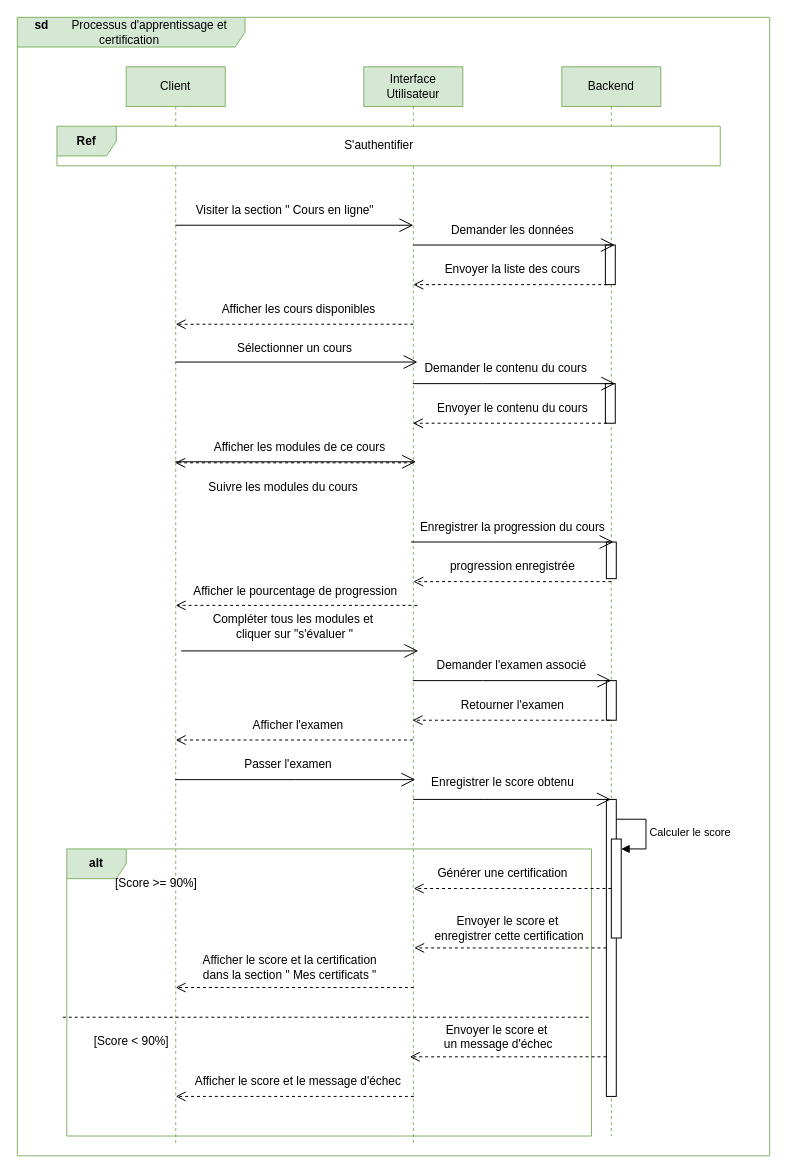
The draw.io diagram Diagramme de séquence obtenir un certifcat.drawio in oussema1-hub/Rapport-Conception, before the edit. Source tidied: cells renumbered, new cells numbered last; positions are measured from the earlier drawing's top-left corner, leaving out a move shared by most shapes. Both pictures are drawn from the tidied source at 99%, with x=0, y=0 at pixel (17, 17).
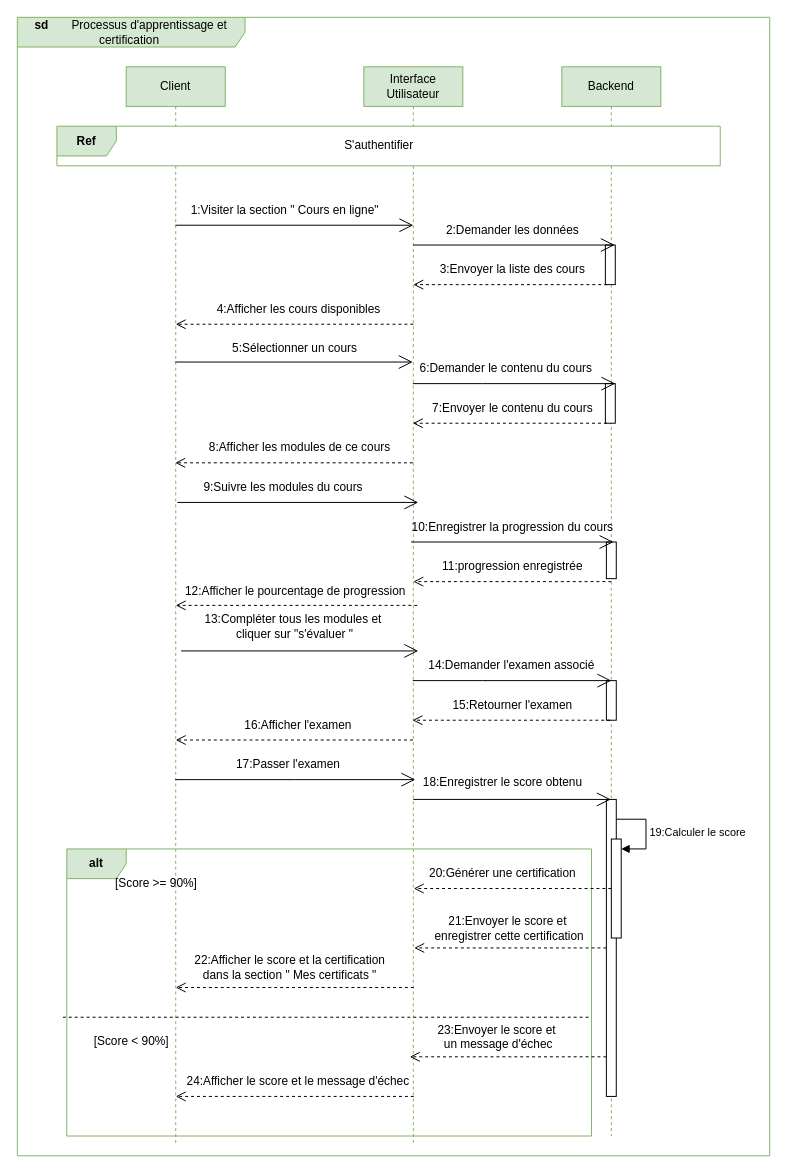
After the change.

The change refers to these unchanged cells:
```xml
<mxCell id="2" value="Client" style="shape=umlLifeline;perimeter=lifelinePerimeter;whiteSpace=wrap;html=1;outlineConnect=0;portConstraint=eastwest;newEdgeStyle={&quot;curved&quot;:0,&quot;rounded&quot;:0};fillColor=#d5e8d4;strokeColor=#82b366;" parent="1" vertex="1">
  <mxGeometry x="110" y="50" width="100" height="1090" as="geometry" />
</mxCell>
<mxCell id="3" value="Interface Utilisateur" style="shape=umlLifeline;perimeter=lifelinePerimeter;whiteSpace=wrap;html=1;outlineConnect=0;portConstraint=eastwest;newEdgeStyle={&quot;curved&quot;:0,&quot;rounded&quot;:0};fillColor=#d5e8d4;strokeColor=#82b366;" parent="1" vertex="1">
  <mxGeometry x="350" y="50" width="100" height="1090" as="geometry" />
</mxCell>
<mxCell id="4" value="Backend" style="shape=umlLifeline;perimeter=lifelinePerimeter;whiteSpace=wrap;html=1;outlineConnect=0;portConstraint=eastwest;newEdgeStyle={&quot;curved&quot;:0,&quot;rounded&quot;:0};fillColor=#d5e8d4;strokeColor=#82b366;" parent="1" vertex="1">
  <mxGeometry x="550" y="50" width="100" height="1080" as="geometry" />
</mxCell>
<mxCell id="9" style="html=1;points=[[0,0,0,0,5],[0,1,0,0,-5],[1,0,0,0,5],[1,1,0,0,-5]];perimeter=orthogonalPerimeter;outlineConnect=0;targetShapes=umlLifeline;portConstraint=eastwest;newEdgeStyle={&quot;curved&quot;:0,&quot;rounded&quot;:0};" parent="4" vertex="1">
  <mxGeometry x="50" y="780" width="10" height="100" as="geometry" />
</mxCell>
```

What changed in the source:
```diff
@@
-    <mxCell id="10" value="Calculer le score" style="html=1;align=left;spacingLeft=2;endArrow=block;rounded=0;edgeStyle=orthogonalEdgeStyle;curved=0;rounded=0;" parent="4" edge="1" target="9">
+    <mxCell id="10" value="19:Calculer le score" style="html=1;align=left;spacingLeft=2;endArrow=block;rounded=0;edgeStyle=orthogonalEdgeStyle;curved=0;rounded=0;" parent="4" edge="1" target="9">
       <mxGeometry relative="1" as="geometry">
         <mxPoint x="55" y="760" as="sourcePoint" />
         <Array as="points">
           <mxPoint x="85" y="790" />
         </Array>
       </mxGeometry>
     </mxCell>
@@
-    <mxCell id="16" value="Afficher les cours disponibles" style="text;html=1;align=center;verticalAlign=middle;strokeColor=none;fillColor=none;" parent="1" vertex="1">
-      <mxGeometry x="194" y="280" width="180" height="30" as="geometry" />
+    <mxCell id="16" value="4:Afficher les cours disponibles" style="text;html=1;align=center;verticalAlign=middle;strokeColor=none;fillColor=none;" parent="1" vertex="1">
+      <mxGeometry x="189" y="280" width="190" height="30" as="geometry" />
     </mxCell>
@@
-    <mxCell id="18" value="Demander les données" style="text;html=1;align=center;verticalAlign=middle;strokeColor=none;fillColor=none;" parent="1" vertex="1">
-      <mxGeometry x="425" y="200" width="150" height="30" as="geometry" />
+    <mxCell id="18" value="2:Demander les données" style="text;html=1;align=center;verticalAlign=middle;strokeColor=none;fillColor=none;" parent="1" vertex="1">
+      <mxGeometry x="420" y="200" width="160" height="30" as="geometry" />
     </mxCell>
@@
-    <mxCell id="20" value="Envoyer la liste des cours" style="text;html=1;align=center;verticalAlign=middle;strokeColor=none;fillColor=none;" parent="1" vertex="1">
-      <mxGeometry x="420" y="240" width="160" height="30" as="geometry" />
+    <mxCell id="20" value="3:Envoyer la liste des cours" style="text;html=1;align=center;verticalAlign=middle;strokeColor=none;fillColor=none;" parent="1" vertex="1">
+      <mxGeometry x="415" y="240" width="170" height="30" as="geometry" />
     </mxCell>
@@
-    <mxCell id="22" value="Sélectionner un cours" style="text;html=1;align=center;verticalAlign=middle;strokeColor=none;fillColor=none;" parent="1" vertex="1">
-      <mxGeometry x="210" y="320" width="140" height="30" as="geometry" />
+    <mxCell id="22" value="5:Sélectionner un cours" style="text;html=1;align=center;verticalAlign=middle;strokeColor=none;fillColor=none;" parent="1" vertex="1">
+      <mxGeometry x="205" y="320" width="150" height="30" as="geometry" />
     </mxCell>
-    <mxCell id="23" value="Visiter la section &quot; Cours en ligne&quot;" style="text;html=1;align=center;verticalAlign=middle;strokeColor=none;fillColor=none;" parent="1" vertex="1">
-      <mxGeometry x="170.2" y="180" width="200" height="30" as="geometry" />
+    <mxCell id="23" value="1:Visiter la section &quot; Cours en ligne&quot;" style="text;html=1;align=center;verticalAlign=middle;strokeColor=none;fillColor=none;" parent="1" vertex="1">
+      <mxGeometry x="165.2" y="180" width="210" height="30" as="geometry" />
     </mxCell>
@@
-    <mxCell id="26" value="Envoyer le contenu du cours" style="text;html=1;align=center;verticalAlign=middle;strokeColor=none;fillColor=none;" parent="1" vertex="1">
-      <mxGeometry x="410" y="380" width="180" height="30" as="geometry" />
+    <mxCell id="26" value="7:Envoyer le contenu du cours" style="text;html=1;align=center;verticalAlign=middle;strokeColor=none;fillColor=none;" parent="1" vertex="1">
+      <mxGeometry x="405" y="380" width="190" height="30" as="geometry" />
     </mxCell>
-    <mxCell id="27" value="Demander le contenu du cours&amp;nbsp;" style="text;html=1;align=center;verticalAlign=middle;points=[];strokeColor=none;fillColor=none;" parent="1" vertex="1">
-      <mxGeometry x="400" y="340" width="190" height="30" as="geometry" />
+    <mxCell id="27" value="6:Demander le contenu du cours&amp;nbsp;" style="text;html=1;align=center;verticalAlign=middle;points=[];strokeColor=none;fillColor=none;" parent="1" vertex="1">
+      <mxGeometry x="395" y="340" width="200" height="30" as="geometry" />
     </mxCell>
@@
-    <mxCell id="29" value="Afficher les modules de ce cours" style="text;html=1;align=center;verticalAlign=middle;strokeColor=none;fillColor=none;" parent="1" vertex="1">
-      <mxGeometry x="185" y="420" width="200" height="30" as="geometry" />
+    <mxCell id="29" value="8:Afficher les modules de ce cours" style="text;html=1;align=center;verticalAlign=middle;strokeColor=none;fillColor=none;" parent="1" vertex="1">
+      <mxGeometry x="180" y="420" width="210" height="30" as="geometry" />
     </mxCell>
-    <mxCell id="30" style="endArrow=open;endFill=1;endSize=12;html=1;rounded=0;entryX=0.528;entryY=0.366;entryDx=0;entryDy=0;entryPerimeter=0;" parent="1" edge="1" source="2" target="3">
-      <mxGeometry relative="1" as="geometry" />
+    <mxCell id="30" style="endArrow=open;endFill=1;endSize=12;html=1;rounded=0;entryX=0.528;entryY=0.366;entryDx=0;entryDy=0;entryPerimeter=0;" parent="1" edge="1">
+      <mxGeometry relative="1" as="geometry">
+        <mxPoint x="161.7" y="490" as="sourcePoint" />
+        <mxPoint x="405" y="490" as="targetPoint" />
+      </mxGeometry>
     </mxCell>
-    <mxCell id="31" value="Suivre les modules du cours&amp;nbsp;" style="text;html=1;align=center;verticalAlign=middle;strokeColor=none;fillColor=none;" parent="1" vertex="1">
-      <mxGeometry x="180.2" y="460" width="180" height="30" as="geometry" />
+    <mxCell id="31" value="9:Suivre les modules du cours&amp;nbsp;" style="text;html=1;align=center;verticalAlign=middle;strokeColor=none;fillColor=none;" parent="1" vertex="1">
+      <mxGeometry x="175.2" y="460" width="190" height="30" as="geometry" />
     </mxCell>
@@
-    <mxCell id="34" value="progression enregistrée" style="text;html=1;align=center;verticalAlign=middle;strokeColor=none;fillColor=none;" parent="1" vertex="1">
-      <mxGeometry x="425" y="540" width="150" height="30" as="geometry" />
+    <mxCell id="34" value="11:progression enregistrée" style="text;html=1;align=center;verticalAlign=middle;strokeColor=none;fillColor=none;" parent="1" vertex="1">
+      <mxGeometry x="415" y="540" width="170" height="30" as="geometry" />
     </mxCell>
-    <mxCell id="35" value="Enregistrer la progression du cours" style="text;html=1;align=center;verticalAlign=middle;strokeColor=none;fillColor=none;" parent="1" vertex="1">
-      <mxGeometry x="395" y="500" width="210" height="30" as="geometry" />
+    <mxCell id="35" value="10:Enregistrer la progression du cours" style="text;html=1;align=center;verticalAlign=middle;strokeColor=none;fillColor=none;" parent="1" vertex="1">
+      <mxGeometry x="385" y="500" width="230" height="30" as="geometry" />
     </mxCell>
@@
-    <mxCell id="37" value="Afficher le pourcentage de progression&amp;nbsp;&amp;nbsp;" style="text;html=1;align=center;verticalAlign=middle;strokeColor=none;fillColor=none;" parent="1" vertex="1">
-      <mxGeometry x="164" y="565" width="240" height="30" as="geometry" />
+    <mxCell id="37" value="12:Afficher le pourcentage de progression&amp;nbsp;&amp;nbsp;" style="text;html=1;align=center;verticalAlign=middle;strokeColor=none;fillColor=none;" parent="1" vertex="1">
+      <mxGeometry x="159" y="565" width="250" height="30" as="geometry" />
     </mxCell>
@@
-    <mxCell id="39" value="Compléter tous les modules et&amp;nbsp;&lt;div&gt;cliquer sur &quot;s'évaluer &quot;&lt;/div&gt;" style="text;html=1;align=center;verticalAlign=middle;strokeColor=none;fillColor=none;" parent="1" vertex="1">
-      <mxGeometry x="185" y="595" width="190" height="40" as="geometry" />
+    <mxCell id="39" value="13:Compléter tous les modules et&amp;nbsp;&lt;div&gt;cliquer sur &quot;s'évaluer &quot;&lt;/div&gt;" style="text;html=1;align=center;verticalAlign=middle;strokeColor=none;fillColor=none;" parent="1" vertex="1">
+      <mxGeometry x="175" y="595" width="210" height="40" as="geometry" />
     </mxCell>
@@
-    <mxCell id="42" value="Retourner l'examen" style="text;html=1;align=center;verticalAlign=middle;strokeColor=none;fillColor=none;" parent="1" vertex="1">
-      <mxGeometry x="435" y="680" width="130" height="30" as="geometry" />
+    <mxCell id="42" value="15:Retourner l'examen" style="text;html=1;align=center;verticalAlign=middle;strokeColor=none;fillColor=none;" parent="1" vertex="1">
+      <mxGeometry x="430" y="680" width="140" height="30" as="geometry" />
     </mxCell>
-    <mxCell id="43" value="Demander l'examen associé" style="text;html=1;align=center;verticalAlign=middle;strokeColor=none;fillColor=none;" parent="1" vertex="1">
-      <mxGeometry x="414" y="640" width="170" height="30" as="geometry" />
+    <mxCell id="43" value="14:Demander l'examen associé" style="text;html=1;align=center;verticalAlign=middle;strokeColor=none;fillColor=none;" parent="1" vertex="1">
+      <mxGeometry x="404" y="640" width="190" height="30" as="geometry" />
     </mxCell>
@@
-    <mxCell id="45" value="Afficher l'examen&amp;nbsp;" style="text;html=1;align=center;verticalAlign=middle;strokeColor=none;fillColor=none;" parent="1" vertex="1">
-      <mxGeometry x="225" y="700" width="120" height="30" as="geometry" />
+    <mxCell id="45" value="16:Afficher l'examen&amp;nbsp;" style="text;html=1;align=center;verticalAlign=middle;strokeColor=none;fillColor=none;" parent="1" vertex="1">
+      <mxGeometry x="220" y="700" width="130" height="30" as="geometry" />
     </mxCell>
@@
-    <mxCell id="47" value="Passer l'examen&amp;nbsp;" style="text;html=1;align=center;verticalAlign=middle;strokeColor=none;fillColor=none;" parent="1" vertex="1">
-      <mxGeometry x="215.2" y="740" width="120" height="30" as="geometry" />
+    <mxCell id="47" value="17:Passer l'examen&amp;nbsp;" style="text;html=1;align=center;verticalAlign=middle;strokeColor=none;fillColor=none;" parent="1" vertex="1">
+      <mxGeometry x="210.2" y="740" width="130" height="30" as="geometry" />
     </mxCell>
@@
-    <mxCell id="49" value="Enregistrer le score obtenu" style="text;html=1;align=center;verticalAlign=middle;strokeColor=none;fillColor=none;" parent="1" vertex="1">
-      <mxGeometry x="405" y="758" width="170" height="30" as="geometry" />
+    <mxCell id="49" value="18:Enregistrer le score obtenu" style="text;html=1;align=center;verticalAlign=middle;strokeColor=none;fillColor=none;" parent="1" vertex="1">
+      <mxGeometry x="400" y="758" width="180" height="30" as="geometry" />
     </mxCell>
@@
-    <mxCell id="53" value="Envoyer le score et&lt;div&gt;&amp;nbsp;enregistrer cette certification&lt;/div&gt;" style="text;html=1;align=center;verticalAlign=middle;strokeColor=none;fillColor=none;" parent="1" vertex="1">
+    <mxCell id="53" value="21:Envoyer le score et&lt;div&gt;&amp;nbsp;enregistrer cette certification&lt;/div&gt;" style="text;html=1;align=center;verticalAlign=middle;strokeColor=none;fillColor=none;" parent="1" vertex="1">
       <mxGeometry x="405" y="900" width="180" height="40" as="geometry" />
     </mxCell>
@@
-    <mxCell id="55" value="Afficher le score et la certification&lt;div&gt;&amp;nbsp;dans la section &quot; Mes certificats &quot;&amp;nbsp;&lt;/div&gt;" style="text;html=1;align=center;verticalAlign=middle;strokeColor=none;fillColor=none;" parent="1" vertex="1">
-      <mxGeometry x="170.2" y="940" width="210" height="40" as="geometry" />
+    <mxCell id="55" value="22:Afficher le score et la certification&lt;div&gt;&amp;nbsp;dans la section &quot; Mes certificats &quot;&amp;nbsp;&lt;/div&gt;" style="text;html=1;align=center;verticalAlign=middle;strokeColor=none;fillColor=none;" parent="1" vertex="1">
+      <mxGeometry x="165.2" y="940" width="220" height="40" as="geometry" />
     </mxCell>
@@
-    <mxCell id="59" value="Envoyer le score et&lt;div&gt;&amp;nbsp;un message d'échec&lt;/div&gt;" style="text;html=1;align=center;verticalAlign=middle;strokeColor=none;fillColor=none;" parent="1" vertex="1">
+    <mxCell id="59" value="23:Envoyer le score et&lt;div&gt;&amp;nbsp;un message d'échec&lt;/div&gt;" style="text;html=1;align=center;verticalAlign=middle;strokeColor=none;fillColor=none;" parent="1" vertex="1">
       <mxGeometry x="414" y="1010" width="140" height="40" as="geometry" />
     </mxCell>
@@
-    <mxCell id="61" value="Afficher le score et le message d'échec&amp;nbsp;" style="text;html=1;align=center;verticalAlign=middle;strokeColor=none;fillColor=none;" parent="1" vertex="1">
-      <mxGeometry x="165" y="1060" width="240" height="30" as="geometry" />
+    <mxCell id="61" value="24:Afficher le score et le message d'échec&amp;nbsp;" style="text;html=1;align=center;verticalAlign=middle;strokeColor=none;fillColor=none;" parent="1" vertex="1">
+      <mxGeometry x="160" y="1060" width="250" height="30" as="geometry" />
     </mxCell>
@@
-    <mxCell id="64" value="Générer une certification" style="text;html=1;align=center;verticalAlign=middle;strokeColor=none;fillColor=none;" parent="1" vertex="1">
-      <mxGeometry x="415" y="850" width="150" height="30" as="geometry" />
+    <mxCell id="64" value="20:Générer une certification" style="text;html=1;align=center;verticalAlign=middle;strokeColor=none;fillColor=none;" parent="1" vertex="1">
+      <mxGeometry x="405" y="850" width="170" height="30" as="geometry" />
     </mxCell>
```
